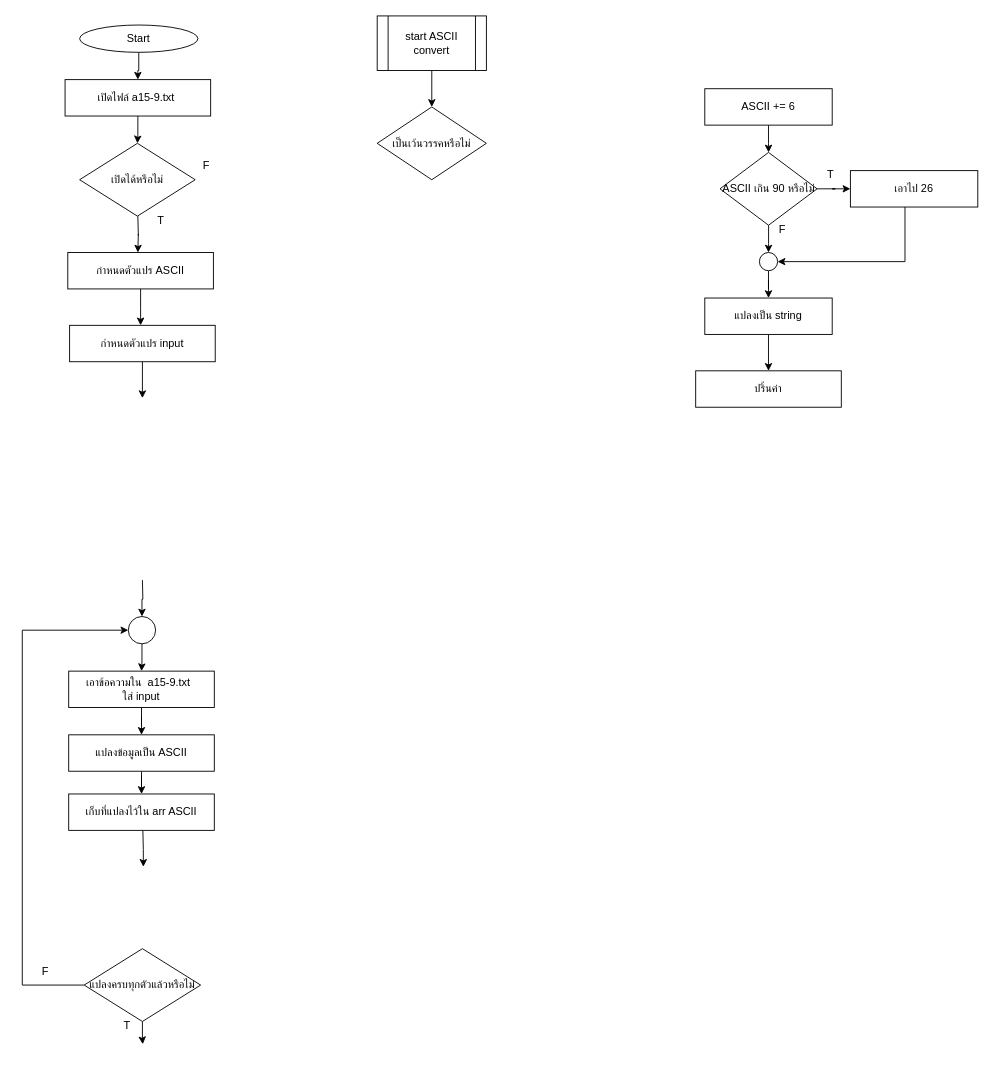
Above: HW/HW15/hw15-9/hw15-9.drawio in aphiwat-window/ENGCE117 (draw.io), before the change. Source tidied: cells renumbered, new cells numbered last; positions are measured from the earlier drawing's top-left corner, leaving out a move shared by most shapes. Both pictures are drawn from the tidied source at 91%, with x=0, y=0 at pixel (22, 15).
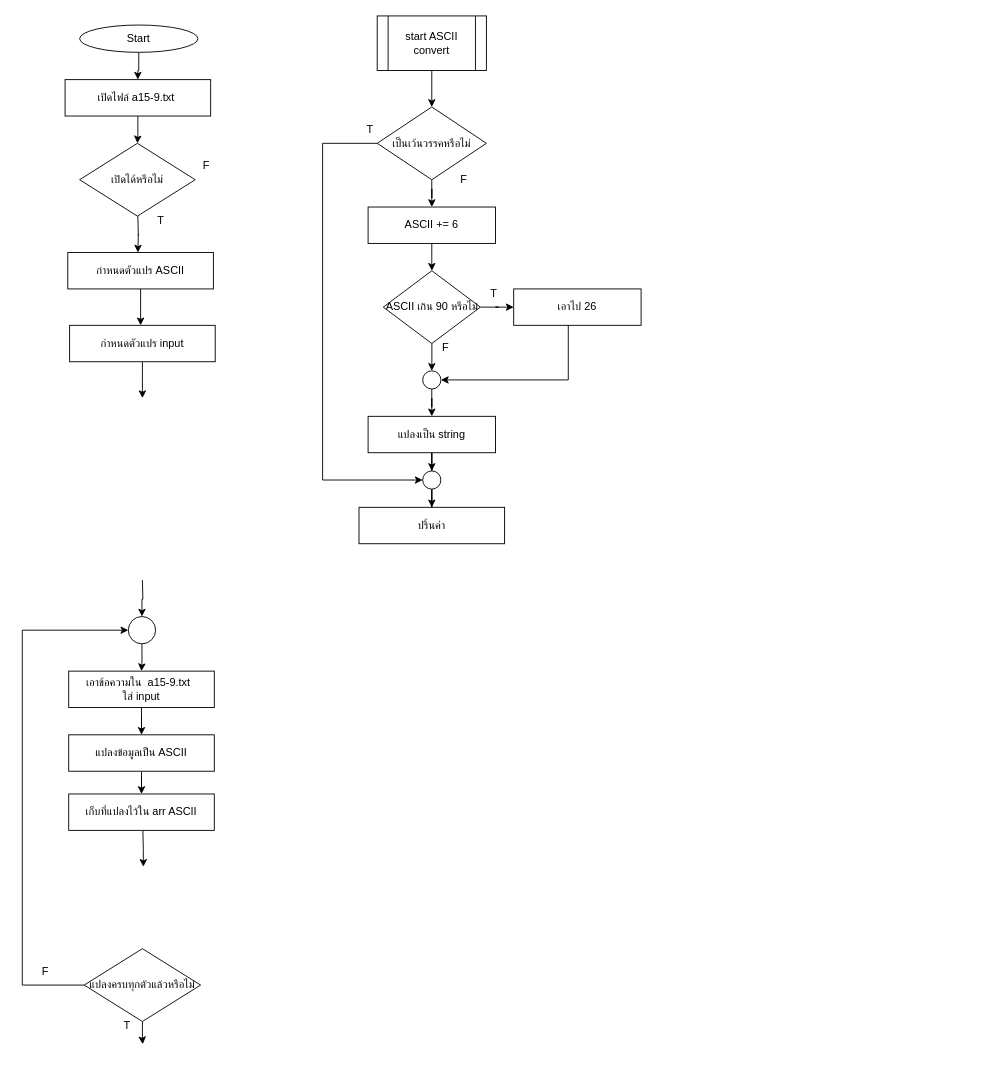
After the change.

The change refers to these unchanged cells:
```xml
<mxCell id="44" value="เป็นเว้นวรรคหรือไม่" style="rhombus;whiteSpace=wrap;html=1;" parent="1" vertex="1">
  <mxGeometry x="390" y="100" width="120" height="80" as="geometry" />
</mxCell>
```

What changed in the source:
```diff
@@
     <mxCell id="31" value="ASCII += 6" style="rounded=0;whiteSpace=wrap;html=1;" parent="1" vertex="1">
-      <mxGeometry x="750" y="80" width="140" height="40" as="geometry" />
+      <mxGeometry x="380" y="210" width="140" height="40" as="geometry" />
     </mxCell>
@@
     <mxCell id="34" value="ASCII เกิน 90 หรือไม่" style="rhombus;whiteSpace=wrap;html=1;" parent="1" vertex="1">
-      <mxGeometry x="766.7" y="150" width="106.7" height="80" as="geometry" />
+      <mxGeometry x="396.7" y="280" width="106.7" height="80" as="geometry" />
     </mxCell>
-    <mxCell id="35" style="edgeStyle=orthogonalEdgeStyle;rounded=0;jettySize=auto;html=1;" parent="1" edge="1" source="36" target="43">
-      <mxGeometry relative="1" as="geometry" />
-    </mxCell>
+    <mxCell id="45" style="edgeStyle=orthogonalEdgeStyle;rounded=0;jettySize=auto;html=1;" parent="1" edge="1" source="36" target="49">
+      <mxGeometry relative="1" as="geometry" />
+    </mxCell>
     <mxCell id="36" value="แปลงเป็น string" style="rounded=0;whiteSpace=wrap;html=1;" parent="1" vertex="1">
-      <mxGeometry x="750" y="310" width="140" height="40" as="geometry" />
+      <mxGeometry x="380" y="440" width="140" height="40" as="geometry" />
     </mxCell>
     <mxCell id="37" style="edgeStyle=orthogonalEdgeStyle;rounded=0;jettySize=auto;html=1;entryX=1;entryY=0.5;entryDx=0;entryDy=0;" parent="1" edge="1" source="38" target="42">
       <mxGeometry relative="1" as="geometry">
         <Array as="points">
-          <mxPoint x="970" y="270" />
+          <mxPoint x="600" y="400" />
         </Array>
       </mxGeometry>
     </mxCell>
     <mxCell id="38" value="เอาไป 26" style="rounded=0;whiteSpace=wrap;html=1;" parent="1" vertex="1">
-      <mxGeometry x="910" y="170" width="140" height="40" as="geometry" />
+      <mxGeometry x="540" y="300" width="140" height="40" as="geometry" />
     </mxCell>
     <mxCell id="39" value="T" style="text;html=1;align=center;verticalAlign=middle;strokeColor=none;fillColor=none;" parent="1" vertex="1">
-      <mxGeometry x="873.3" y="160" width="30" height="30" as="geometry" />
+      <mxGeometry x="503.3" y="290" width="30" height="30" as="geometry" />
     </mxCell>
     <mxCell id="40" value="F" style="text;html=1;align=center;verticalAlign=middle;strokeColor=none;fillColor=none;" parent="1" vertex="1">
-      <mxGeometry x="820" y="220" width="30" height="30" as="geometry" />
+      <mxGeometry x="450" y="350" width="30" height="30" as="geometry" />
     </mxCell>
@@
     <mxCell id="42" style="ellipse;whiteSpace=wrap;html=1;" parent="1" vertex="1">
-      <mxGeometry x="810" y="260" width="20" height="20" as="geometry" />
+      <mxGeometry x="440" y="390" width="20" height="20" as="geometry" />
     </mxCell>
     <mxCell id="43" value="ปริ้นค่า" style="rounded=0;whiteSpace=wrap;html=1;" parent="1" vertex="1">
-      <mxGeometry x="740" y="390" width="160" height="40" as="geometry" />
+      <mxGeometry x="370" y="540" width="160" height="40" as="geometry" />
     </mxCell>
+    <mxCell id="46" style="edgeStyle=orthogonalEdgeStyle;rounded=0;jettySize=auto;html=1;entryX=0.5;entryY=0;entryDx=0;entryDy=0;" parent="1" edge="1" source="44" target="31">
+      <mxGeometry relative="1" as="geometry" />
+    </mxCell>
+    <mxCell id="47" style="edgeStyle=orthogonalEdgeStyle;rounded=0;jettySize=auto;html=1;entryX=0;entryY=0.5;entryDx=0;entryDy=0;" parent="1" edge="1" source="44" target="49">
+      <mxGeometry relative="1" as="geometry">
+        <Array as="points">
+          <mxPoint x="330" y="140" />
+          <mxPoint x="330" y="510" />
+        </Array>
+      </mxGeometry>
+    </mxCell>
@@
+    <mxCell id="48" style="edgeStyle=orthogonalEdgeStyle;rounded=0;jettySize=auto;html=1;" parent="1" edge="1" source="49" target="43">
+      <mxGeometry relative="1" as="geometry" />
+    </mxCell>
+    <mxCell id="49" style="ellipse;whiteSpace=wrap;html=1;" parent="1" vertex="1">
+      <mxGeometry x="440" y="500" width="20" height="20" as="geometry" />
+    </mxCell>
+    <mxCell id="50" value="T" style="text;html=1;align=center;verticalAlign=middle;strokeColor=none;fillColor=none;" parent="1" vertex="1">
+      <mxGeometry x="366.7" y="110" width="30" height="30" as="geometry" />
+    </mxCell>
+    <mxCell id="51" value="F" style="text;html=1;align=center;verticalAlign=middle;strokeColor=none;fillColor=none;" parent="1" vertex="1">
+      <mxGeometry x="470" y="165" width="30" height="30" as="geometry" />
+    </mxCell>
```
